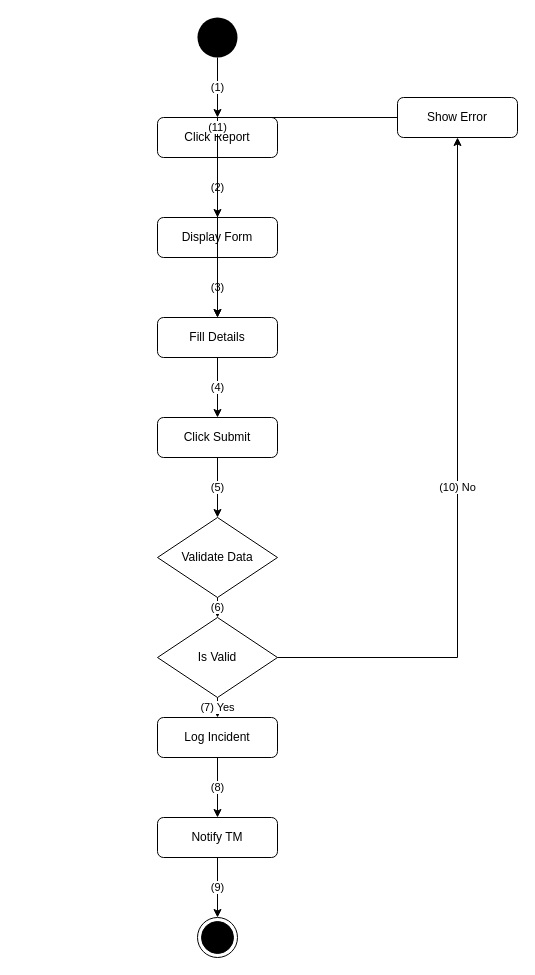
Earlier version of the draw.io diagram activity_flow/uc49_activity_flow.drawio (kingDlight/UEIMS_Project). Source tidied: cells renumbered, new cells numbered last; positions are measured from the earlier drawing's top-left corner, leaving out a move shared by most shapes. Both pictures are drawn from the tidied source at 100%, with x=0, y=0 at pixel (157, 17).
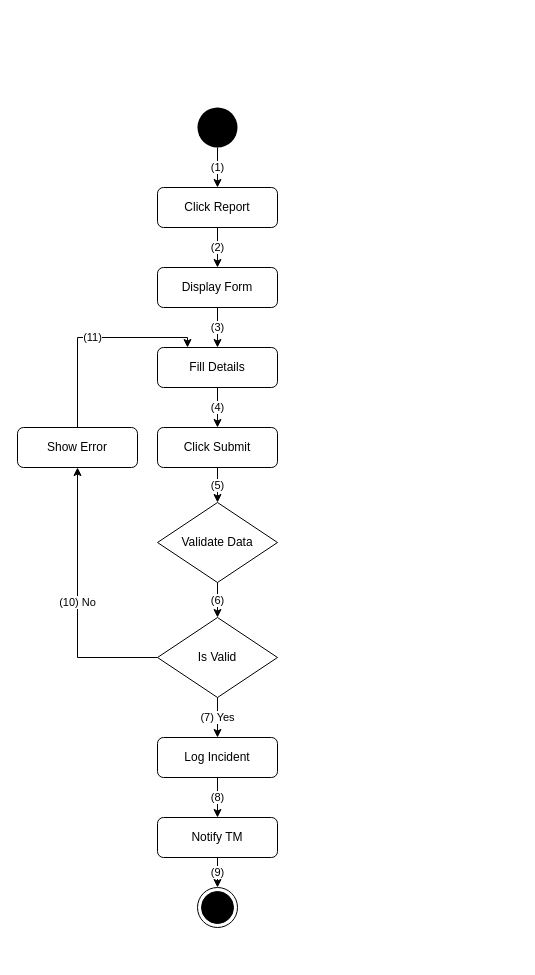
The same page after the edit.

The change refers to these unchanged cells:
```xml
<mxCell id="8" value="Is Valid" style="rhombus;whiteSpace=wrap;html=1;" parent="1" vertex="1">
  <mxGeometry y="600" width="120" height="80" as="geometry" />
</mxCell>
```

What changed in the source:
```diff
@@
     <mxCell id="2" style="ellipse;whiteSpace=wrap;html=1;fillColor=#000000;strokeColor=none;" parent="1" vertex="1">
-      <mxGeometry x="40" width="40" height="40" as="geometry" />
+      <mxGeometry x="40" y="90" width="40" height="40" as="geometry" />
     </mxCell>
     <mxCell id="3" value="Click Report" style="rounded=1;whiteSpace=wrap;html=1;" parent="1" vertex="1">
-      <mxGeometry y="100" width="120" height="40" as="geometry" />
+      <mxGeometry y="170" width="120" height="40" as="geometry" />
     </mxCell>
     <mxCell id="4" value="Display Form" style="rounded=1;whiteSpace=wrap;html=1;" parent="1" vertex="1">
-      <mxGeometry y="200" width="120" height="40" as="geometry" />
+      <mxGeometry y="250" width="120" height="40" as="geometry" />
     </mxCell>
     <mxCell id="5" value="Fill Details" style="rounded=1;whiteSpace=wrap;html=1;" parent="1" vertex="1">
-      <mxGeometry y="300" width="120" height="40" as="geometry" />
+      <mxGeometry y="330" width="120" height="40" as="geometry" />
     </mxCell>
     <mxCell id="6" value="Click Submit" style="rounded=1;whiteSpace=wrap;html=1;" parent="1" vertex="1">
-      <mxGeometry y="400" width="120" height="40" as="geometry" />
+      <mxGeometry y="410" width="120" height="40" as="geometry" />
     </mxCell>
     <mxCell id="7" value="Validate Data" style="rhombus;whiteSpace=wrap;html=1;" parent="1" vertex="1">
-      <mxGeometry y="500" width="120" height="80" as="geometry" />
+      <mxGeometry y="485" width="120" height="80" as="geometry" />
     </mxCell>
@@
     <mxCell id="9" value="Log Incident" style="rounded=1;whiteSpace=wrap;html=1;" parent="1" vertex="1">
-      <mxGeometry y="700" width="120" height="40" as="geometry" />
+      <mxGeometry y="720" width="120" height="40" as="geometry" />
     </mxCell>
@@
     <mxCell id="11" style="ellipse;html=1;shape=endState;fillColor=#000000;strokeColor=#000000;" parent="1" vertex="1">
-      <mxGeometry x="40" y="900" width="40" height="40" as="geometry" />
+      <mxGeometry x="40" y="870" width="40" height="40" as="geometry" />
     </mxCell>
     <mxCell id="12" value="Show Error" style="rounded=1;whiteSpace=wrap;html=1;" parent="1" vertex="1">
-      <mxGeometry x="240" y="80" width="120" height="40" as="geometry" />
+      <mxGeometry x="-140" y="410" width="120" height="40" as="geometry" />
     </mxCell>
@@
-    <mxCell id="22" value="(10) No" style="edgeStyle=orthogonalEdgeStyle;rounded=0;html=1;exitX=1;exitY=0.5;entryX=0.5;entryY=1;" parent="1" edge="1" source="8" target="12">
+    <mxCell id="22" value="(10) No" style="edgeStyle=orthogonalEdgeStyle;rounded=0;html=1;exitX=0;exitY=0.5;entryX=0.5;entryY=1;exitDx=0;exitDy=0;" parent="1" edge="1" source="8" target="12">
       <mxGeometry relative="1" as="geometry" />
     </mxCell>
-    <mxCell id="23" value="(11)" style="edgeStyle=orthogonalEdgeStyle;rounded=0;html=1;exitX=0;exitY=0.5;entryX=0.5;entryY=0;" parent="1" edge="1" source="12" target="5">
+    <mxCell id="23" value="(11)" style="edgeStyle=orthogonalEdgeStyle;rounded=0;html=1;exitX=0.5;exitY=0;entryX=0.25;entryY=0;entryDx=0;entryDy=0;exitDx=0;exitDy=0;" parent="1" edge="1" source="12" target="5">
       <mxGeometry relative="1" as="geometry" />
     </mxCell>
```
